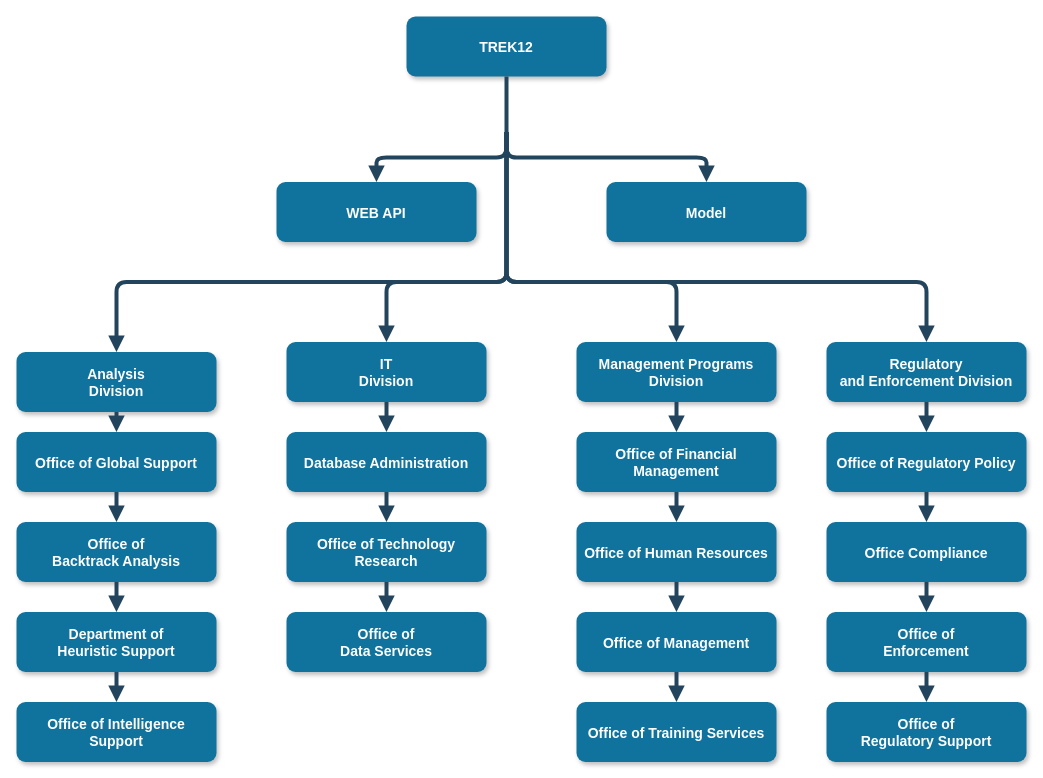
The draw.io diagram Diagramme sans nom.drawio in Theo03300/Sae4.01, before the edit. Source tidied: cells renumbered, new cells numbered last; positions are measured from the earlier drawing's top-left corner, leaving out a move shared by most shapes. Both pictures are drawn from the tidied source at 100%, with x=0, y=0 at pixel (16, 16).
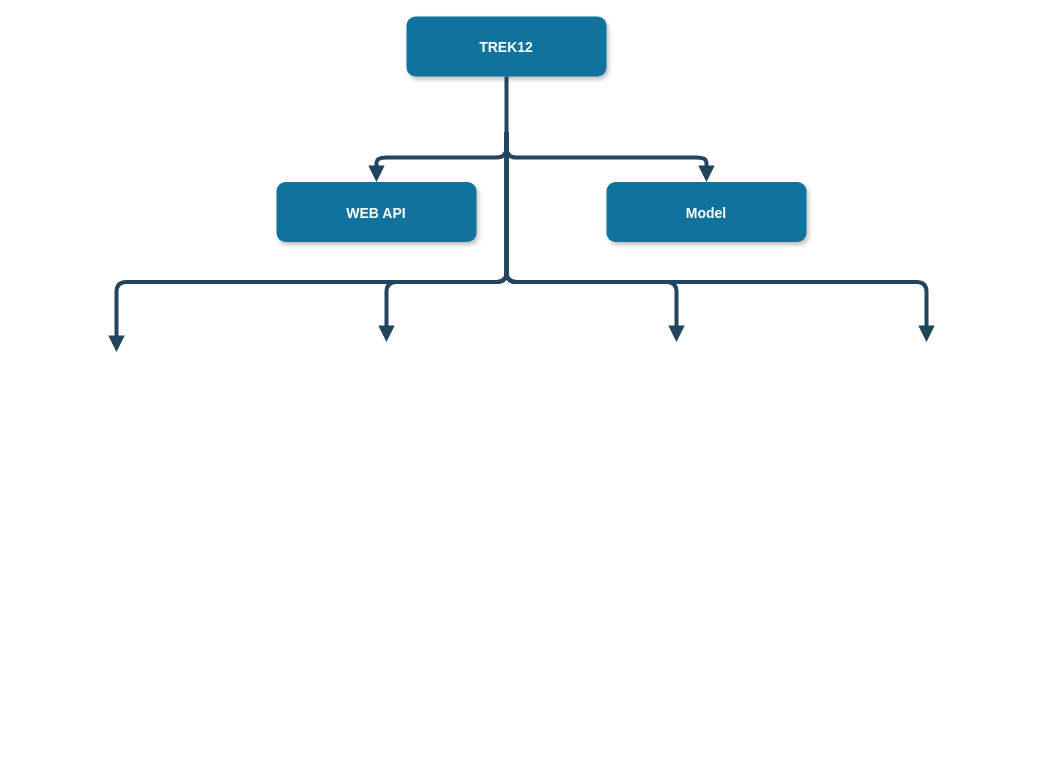
Above is the later version.

Unchanged cells that the change refers to:
```xml
<mxCell id="2" value="TREK12" style="rounded=1;fillColor=#10739E;strokeColor=none;shadow=1;gradientColor=none;fontStyle=1;fontColor=#FFFFFF;fontSize=14;" parent="1" vertex="1">
  <mxGeometry x="390" width="200" height="60" as="geometry" />
</mxCell>
```

Diff of the diagram source:
```diff
@@
-    <mxCell id="5" value="Analysis &#10;Division" style="rounded=1;fillColor=#10739E;strokeColor=none;shadow=1;gradientColor=none;fontStyle=1;fontColor=#FFFFFF;fontSize=14;" parent="1" vertex="1">
-      <mxGeometry y="335.5" width="200" height="60" as="geometry" />
-    </mxCell>
-    <mxCell id="6" value="Office of Global Support" style="rounded=1;fillColor=#10739E;strokeColor=none;shadow=1;gradientColor=none;fontStyle=1;fontColor=#FFFFFF;fontSize=14;" parent="1" vertex="1">
-      <mxGeometry y="415.5" width="200" height="60" as="geometry" />
-    </mxCell>
-    <mxCell id="7" value="Office of &#10;Backtrack Analysis" style="rounded=1;fillColor=#10739E;strokeColor=none;shadow=1;gradientColor=none;fontStyle=1;fontColor=#FFFFFF;fontSize=14;" parent="1" vertex="1">
-      <mxGeometry y="505.5" width="200" height="60" as="geometry" />
-    </mxCell>
-    <mxCell id="8" value="Department of &#10;Heuristic Support" style="rounded=1;fillColor=#10739E;strokeColor=none;shadow=1;gradientColor=none;fontStyle=1;fontColor=#FFFFFF;fontSize=14;" parent="1" vertex="1">
-      <mxGeometry y="595.5" width="200" height="60" as="geometry" />
-    </mxCell>
-    <mxCell id="9" value="Office of Intelligence &#10;Support" style="rounded=1;fillColor=#10739E;strokeColor=none;shadow=1;gradientColor=none;fontStyle=1;fontColor=#FFFFFF;fontSize=14;" parent="1" vertex="1">
-      <mxGeometry y="685.5" width="200" height="60" as="geometry" />
-    </mxCell>
-    <mxCell id="10" value="IT&#10;Division" style="rounded=1;fillColor=#10739E;strokeColor=none;shadow=1;gradientColor=none;fontStyle=1;fontColor=#FFFFFF;fontSize=14;" parent="1" vertex="1">
-      <mxGeometry x="270" y="325.5" width="200" height="60" as="geometry" />
-    </mxCell>
-    <mxCell id="11" value="Database Administration" style="rounded=1;fillColor=#10739E;strokeColor=none;shadow=1;gradientColor=none;fontStyle=1;fontColor=#FFFFFF;fontSize=14;" parent="1" vertex="1">
-      <mxGeometry x="270" y="415.5" width="200" height="60" as="geometry" />
-    </mxCell>
-    <mxCell id="12" value="Office of Technology &#10;Research" style="rounded=1;fillColor=#10739E;strokeColor=none;shadow=1;gradientColor=none;fontStyle=1;fontColor=#FFFFFF;fontSize=14;" parent="1" vertex="1">
-      <mxGeometry x="270" y="505.5" width="200" height="60" as="geometry" />
-    </mxCell>
-    <mxCell id="13" value="Office of&#10;Data Services" style="rounded=1;fillColor=#10739E;strokeColor=none;shadow=1;gradientColor=none;fontStyle=1;fontColor=#FFFFFF;fontSize=14;" parent="1" vertex="1">
-      <mxGeometry x="270" y="595.5" width="200" height="60" as="geometry" />
-    </mxCell>
-    <mxCell id="14" value="Management Programs &#10;Division" style="rounded=1;fillColor=#10739E;strokeColor=none;shadow=1;gradientColor=none;fontStyle=1;fontColor=#FFFFFF;fontSize=14;" parent="1" vertex="1">
-      <mxGeometry x="560" y="325.5" width="200" height="60" as="geometry" />
-    </mxCell>
-    <mxCell id="15" value="Office of Financial &#10;Management" style="rounded=1;fillColor=#10739E;strokeColor=none;shadow=1;gradientColor=none;fontStyle=1;fontColor=#FFFFFF;fontSize=14;" parent="1" vertex="1">
-      <mxGeometry x="560" y="415.5" width="200" height="60" as="geometry" />
-    </mxCell>
-    <mxCell id="16" value="Office of Human Resources" style="rounded=1;fillColor=#10739E;strokeColor=none;shadow=1;gradientColor=none;fontStyle=1;fontColor=#FFFFFF;fontSize=14;" parent="1" vertex="1">
-      <mxGeometry x="560" y="505.5" width="200" height="60" as="geometry" />
-    </mxCell>
-    <mxCell id="17" value="Office of Management " style="rounded=1;fillColor=#10739E;strokeColor=none;shadow=1;gradientColor=none;fontStyle=1;fontColor=#FFFFFF;fontSize=14;" parent="1" vertex="1">
-      <mxGeometry x="560" y="595.5" width="200" height="60" as="geometry" />
-    </mxCell>
-    <mxCell id="18" value="Office of Training Services" style="rounded=1;fillColor=#10739E;strokeColor=none;shadow=1;gradientColor=none;fontStyle=1;fontColor=#FFFFFF;fontSize=14;" parent="1" vertex="1">
-      <mxGeometry x="560" y="685.5" width="200" height="60" as="geometry" />
-    </mxCell>
-    <mxCell id="19" value="Regulatory &#10;and Enforcement Division" style="rounded=1;fillColor=#10739E;strokeColor=none;shadow=1;gradientColor=none;fontStyle=1;fontColor=#FFFFFF;fontSize=14;" parent="1" vertex="1">
-      <mxGeometry x="810" y="325.5" width="200" height="60" as="geometry" />
-    </mxCell>
-    <mxCell id="20" value="Office of Regulatory Policy" style="rounded=1;fillColor=#10739E;strokeColor=none;shadow=1;gradientColor=none;fontStyle=1;fontColor=#FFFFFF;fontSize=14;" parent="1" vertex="1">
-      <mxGeometry x="810" y="415.5" width="200" height="60" as="geometry" />
-    </mxCell>
-    <mxCell id="21" value="Office Compliance" style="rounded=1;fillColor=#10739E;strokeColor=none;shadow=1;gradientColor=none;fontStyle=1;fontColor=#FFFFFF;fontSize=14;" parent="1" vertex="1">
-      <mxGeometry x="810" y="505.5" width="200" height="60" as="geometry" />
-    </mxCell>
-    <mxCell id="22" value="Office of &#10;Enforcement" style="rounded=1;fillColor=#10739E;strokeColor=none;shadow=1;gradientColor=none;fontStyle=1;fontColor=#FFFFFF;fontSize=14;" parent="1" vertex="1">
-      <mxGeometry x="810" y="595.5" width="200" height="60" as="geometry" />
-    </mxCell>
-    <mxCell id="23" value="Office of&#10; Regulatory Support" style="rounded=1;fillColor=#10739E;strokeColor=none;shadow=1;gradientColor=none;fontStyle=1;fontColor=#FFFFFF;fontSize=14;" parent="1" vertex="1">
-      <mxGeometry x="810" y="685.5" width="200" height="60" as="geometry" />
-    </mxCell>
@@
-    <mxCell id="26" style="edgeStyle=elbowEdgeStyle;elbow=vertical;strokeWidth=4;endArrow=block;endFill=1;fontStyle=1;strokeColor=#23445D;" parent="1" edge="1" target="5">
+    <mxCell id="26" style="edgeStyle=elbowEdgeStyle;elbow=vertical;strokeWidth=4;endArrow=block;endFill=1;fontStyle=1;strokeColor=#23445D;" parent="1" edge="1">
       <mxGeometry x="22" y="165.5" as="geometry">
         <mxPoint x="490" y="115.5" as="sourcePoint" />
+        <mxPoint x="100" y="335.5" as="targetPoint" />
         <Array as="points">
           <mxPoint x="270" y="265.5" />
         </Array>
       </mxGeometry>
     </mxCell>
-    <mxCell id="27" style="edgeStyle=elbowEdgeStyle;elbow=vertical;strokeWidth=4;endArrow=block;endFill=1;fontStyle=1;strokeColor=#23445D;" parent="1" edge="1" target="19">
+    <mxCell id="27" style="edgeStyle=elbowEdgeStyle;elbow=vertical;strokeWidth=4;endArrow=block;endFill=1;fontStyle=1;strokeColor=#23445D;" parent="1" edge="1">
       <mxGeometry x="22" y="165.5" as="geometry">
         <mxPoint x="490" y="115.5" as="sourcePoint" />
+        <mxPoint x="910" y="325.5" as="targetPoint" />
         <Array as="points">
           <mxPoint x="690" y="265.5" />
         </Array>
       </mxGeometry>
     </mxCell>
-    <mxCell id="28" style="edgeStyle=elbowEdgeStyle;elbow=vertical;strokeWidth=4;endArrow=block;endFill=1;fontStyle=1;strokeColor=#23445D;" parent="1" edge="1" source="5" target="6">
-      <mxGeometry x="62" y="165.5" as="geometry" />
-    </mxCell>
-    <mxCell id="29" style="edgeStyle=elbowEdgeStyle;elbow=vertical;strokeWidth=4;endArrow=block;endFill=1;fontStyle=1;strokeColor=#23445D;" parent="1" edge="1" source="6" target="7">
-      <mxGeometry x="62" y="175.5" as="geometry" />
-    </mxCell>
-    <mxCell id="30" style="edgeStyle=elbowEdgeStyle;elbow=vertical;strokeWidth=4;endArrow=block;endFill=1;fontStyle=1;strokeColor=#23445D;" parent="1" edge="1" source="7" target="8">
-      <mxGeometry x="62" y="185.5" as="geometry" />
-    </mxCell>
-    <mxCell id="31" style="edgeStyle=elbowEdgeStyle;elbow=vertical;strokeWidth=4;endArrow=block;endFill=1;fontStyle=1;strokeColor=#23445D;" parent="1" edge="1" source="8" target="9">
-      <mxGeometry x="62" y="195.5" as="geometry" />
-    </mxCell>
-    <mxCell id="32" style="edgeStyle=elbowEdgeStyle;elbow=vertical;strokeWidth=4;endArrow=block;endFill=1;fontStyle=1;strokeColor=#23445D;" parent="1" edge="1" source="10" target="11">
-      <mxGeometry x="62" y="165.5" as="geometry" />
-    </mxCell>
-    <mxCell id="33" style="edgeStyle=elbowEdgeStyle;elbow=vertical;strokeWidth=4;endArrow=block;endFill=1;fontStyle=1;strokeColor=#23445D;" parent="1" edge="1" source="11" target="12">
-      <mxGeometry x="62" y="175.5" as="geometry" />
-    </mxCell>
-    <mxCell id="34" style="edgeStyle=elbowEdgeStyle;elbow=vertical;strokeWidth=4;endArrow=block;endFill=1;fontStyle=1;strokeColor=#23445D;" parent="1" edge="1" source="12" target="13">
-      <mxGeometry x="62" y="185.5" as="geometry" />
-    </mxCell>
-    <mxCell id="35" style="edgeStyle=elbowEdgeStyle;elbow=vertical;strokeWidth=4;endArrow=block;endFill=1;fontStyle=1;strokeColor=#23445D;" parent="1" edge="1" source="14" target="15">
-      <mxGeometry x="72" y="165.5" as="geometry" />
-    </mxCell>
-    <mxCell id="36" style="edgeStyle=elbowEdgeStyle;elbow=vertical;strokeWidth=4;endArrow=block;endFill=1;fontStyle=1;strokeColor=#23445D;" parent="1" edge="1" source="15" target="16">
-      <mxGeometry x="72" y="175.5" as="geometry" />
-    </mxCell>
-    <mxCell id="37" style="edgeStyle=elbowEdgeStyle;elbow=vertical;strokeWidth=4;endArrow=block;endFill=1;fontStyle=1;strokeColor=#23445D;" parent="1" edge="1" source="16" target="17">
-      <mxGeometry x="72" y="185.5" as="geometry" />
-    </mxCell>
-    <mxCell id="38" style="edgeStyle=elbowEdgeStyle;elbow=vertical;strokeWidth=4;endArrow=block;endFill=1;fontStyle=1;strokeColor=#23445D;" parent="1" edge="1" source="17" target="18">
-      <mxGeometry x="72" y="195.5" as="geometry" />
-    </mxCell>
-    <mxCell id="39" style="edgeStyle=elbowEdgeStyle;elbow=vertical;strokeWidth=4;endArrow=block;endFill=1;fontStyle=1;strokeColor=#23445D;" parent="1" edge="1" source="19" target="20">
-      <mxGeometry x="72" y="165.5" as="geometry" />
-    </mxCell>
-    <mxCell id="40" style="edgeStyle=elbowEdgeStyle;elbow=vertical;strokeWidth=4;endArrow=block;endFill=1;fontStyle=1;strokeColor=#23445D;" parent="1" edge="1" source="20" target="21">
-      <mxGeometry x="72" y="175.5" as="geometry" />
-    </mxCell>
-    <mxCell id="41" style="edgeStyle=elbowEdgeStyle;elbow=vertical;strokeWidth=4;endArrow=block;endFill=1;fontStyle=1;strokeColor=#23445D;" parent="1" edge="1" source="21" target="22">
-      <mxGeometry x="72" y="185.5" as="geometry" />
-    </mxCell>
-    <mxCell id="42" style="edgeStyle=elbowEdgeStyle;elbow=vertical;strokeWidth=4;endArrow=block;endFill=1;fontStyle=1;strokeColor=#23445D;" parent="1" edge="1" source="22" target="23">
-      <mxGeometry x="72" y="195.5" as="geometry" />
-    </mxCell>
-    <mxCell id="43" style="edgeStyle=elbowEdgeStyle;elbow=vertical;strokeWidth=4;endArrow=block;endFill=1;fontStyle=1;strokeColor=#23445D;" parent="1" edge="1" target="10">
+    <mxCell id="43" style="edgeStyle=elbowEdgeStyle;elbow=vertical;strokeWidth=4;endArrow=block;endFill=1;fontStyle=1;strokeColor=#23445D;" parent="1" edge="1">
       <mxGeometry x="22" y="165.5" as="geometry">
         <mxPoint x="490" y="115.5" as="sourcePoint" />
+        <mxPoint x="370" y="325.5" as="targetPoint" />
         <Array as="points">
           <mxPoint x="370" y="265.5" />
         </Array>
       </mxGeometry>
     </mxCell>
-    <mxCell id="44" style="edgeStyle=elbowEdgeStyle;elbow=vertical;strokeWidth=4;endArrow=block;endFill=1;fontStyle=1;strokeColor=#23445D;" parent="1" edge="1" source="2" target="14">
+    <mxCell id="44" style="edgeStyle=elbowEdgeStyle;elbow=vertical;strokeWidth=4;endArrow=block;endFill=1;fontStyle=1;strokeColor=#23445D;" parent="1" edge="1" source="2">
       <mxGeometry x="22" y="165.5" as="geometry">
+        <mxPoint x="660" y="325.5" as="targetPoint" />
         <Array as="points">
           <mxPoint x="660" y="265.5" />
         </Array>
       </mxGeometry>
     </mxCell>
```
